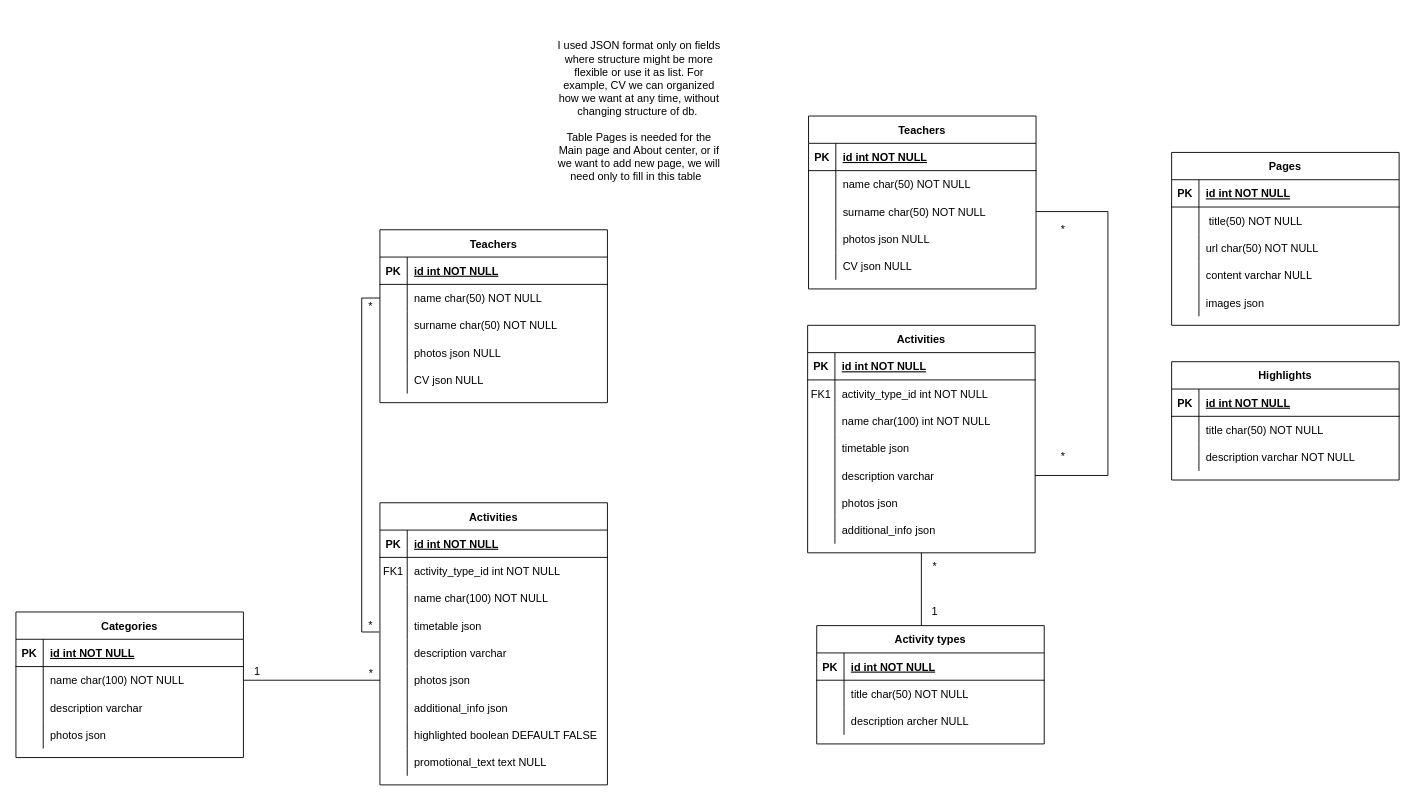
The draw.io diagram Updated ERD.drawio in NakatoTeshika/Hypermedia-ERD, before the edit. Source tidied: cells renumbered, new cells numbered last; positions are measured from the earlier drawing's top-left corner, leaving out a move shared by most shapes. Both pictures are drawn from the tidied source at 91%, with x=0, y=0 at pixel (15, 15).
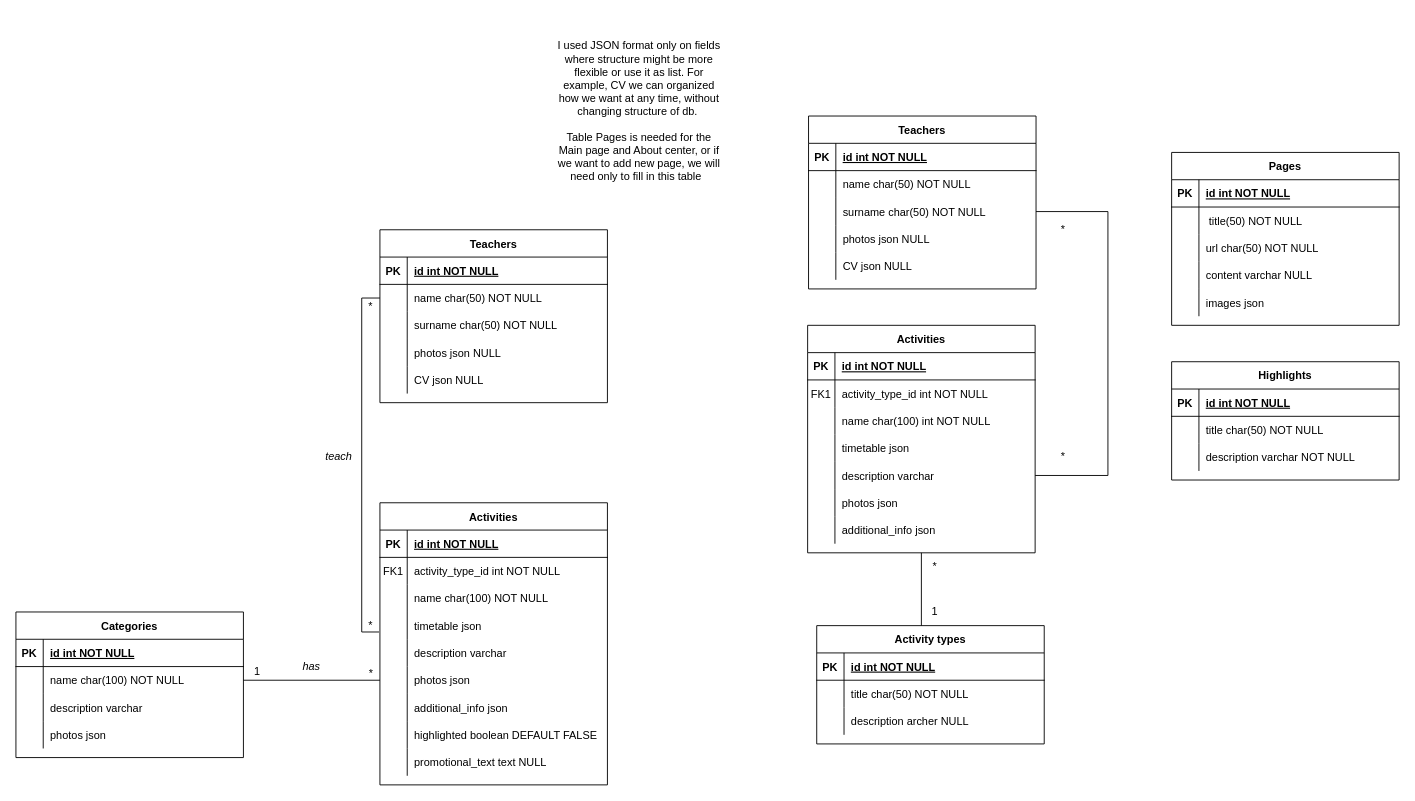
The same page after the edit.

Commit message:
added relationship action

What changed in the source:
```diff
@@
+    <mxCell id="146" value="&lt;i&gt;teach&lt;/i&gt;" style="text;html=1;align=center;verticalAlign=middle;whiteSpace=wrap;rounded=0;" parent="1" vertex="1">
+      <mxGeometry x="325" y="470" width="60" height="30" as="geometry" />
+    </mxCell>
+    <mxCell id="147" value="&lt;i&gt;has&lt;/i&gt;" style="text;html=1;align=center;verticalAlign=middle;whiteSpace=wrap;rounded=0;" parent="1" vertex="1">
+      <mxGeometry x="295" y="700" width="60" height="30" as="geometry" />
+    </mxCell>
```
